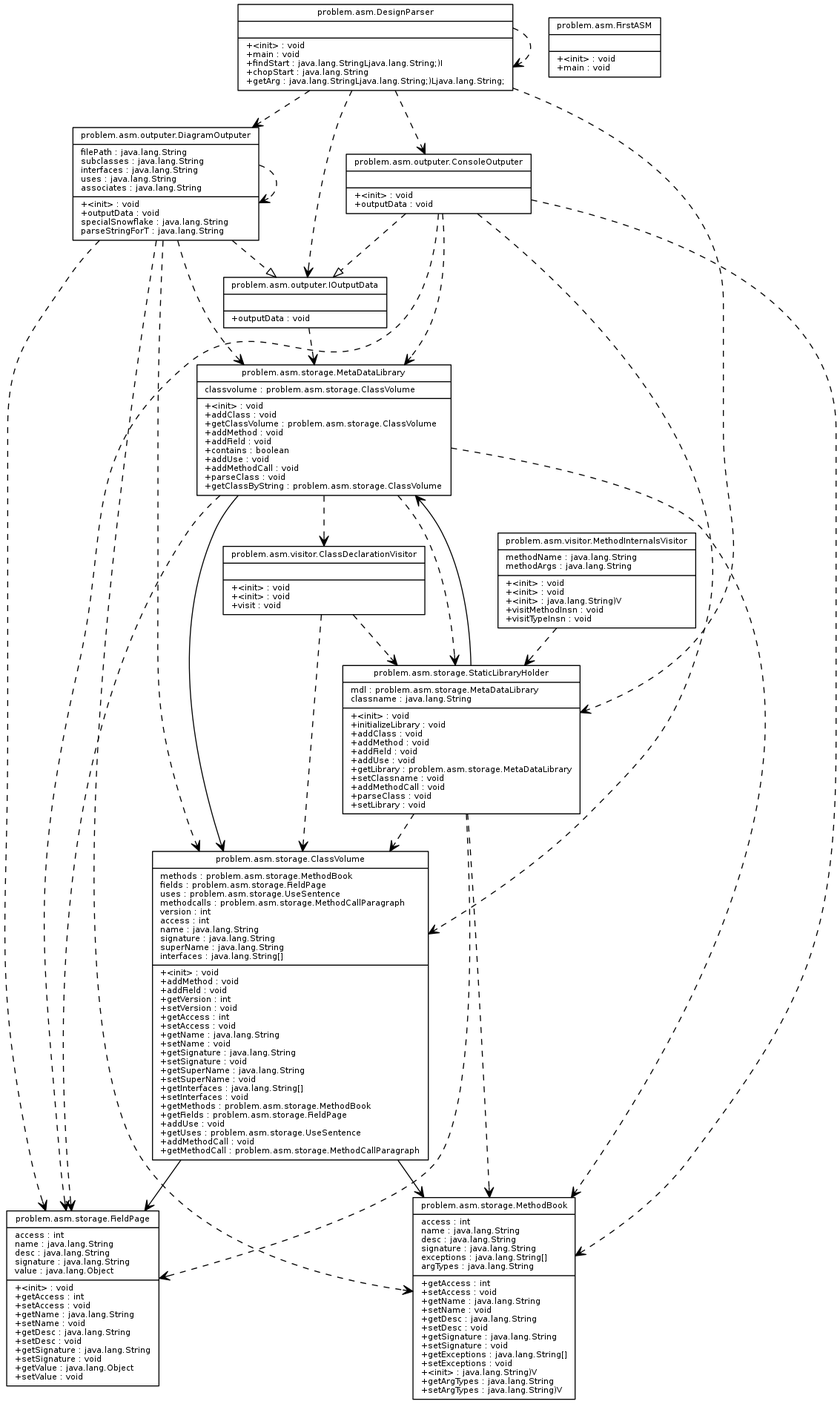
schnip/BluePizzaDiagrams keeps this Graphviz diagram as dot/out.png. Above is the earlier version. Its source is kept beside it as dot/out.dot.
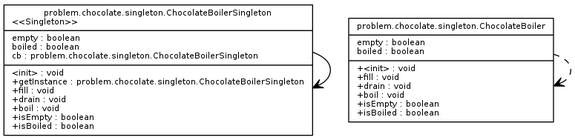
After the commit.

The edit, as a diff of the source:
```diff
@@ -10,75 +10,17 @@
 fontname = "Bitstream Vera Sans"
 fontsize = 8
 ]
-problemasmDesignParser [
-label = "{problem.asm.DesignParser||+\<init\> : void\l+main : void\l+findStart : java.lang.StringLjava.lang.String;)I\l+chopStart : java.lang.String\l+getArg : java.lang.StringLjava.lang.String;)Ljava.lang.String;\l}"
+problemchocolatesingletonChocolateBoilerSingleton [
+label = "{problem.chocolate.singleton.ChocolateBoilerSingleton
+\<\<Singleton\>\>\l|empty : boolean\lboiled : boolean\lcb : problem.chocolate.singleton.ChocolateBoilerSingleton\l|\<init\> : void\l+getInstance : problem.chocolate.singleton.ChocolateBoilerSingleton\l+fill : void\l+drain : void\l+boil : void\l+isEmpty : boolean\l+isBoiled : boolean\l}"
 ]
-problemasmFirstASM [
-label = "{problem.asm.FirstASM||+\<init\> : void\l+main : void\l}"
-]
-problemasmoutputerConsoleOutputer [
-label = "{problem.asm.outputer.ConsoleOutputer||+\<init\> : void\l+outputData : void\l}"
-]
-problemasmoutputerDiagramOutputer [
-label = "{problem.asm.outputer.DiagramOutputer|filePath : java.lang.String\lsubclasses : java.lang.String\linterfaces : java.lang.String\luses : java.lang.String\lassociates : java.lang.String\lpatternfinders : java.lang.String;Lproblem.asm.patternfinder.IFindPatterns\l|+\<init\> : void\l+outputData : void\lspecialSnowflake : java.lang.String\lparseStringForT : java.lang.String\l}"
-]
-problemasmoutputerIOutputData [
-label = "{problem.asm.outputer.IOutputData||+outputData : void\l}"
-]
-problemasmstorageClassVolume [
-label = "{problem.asm.storage.ClassVolume|methods : problem.asm.storage.MethodBook\lfields : problem.asm.storage.FieldPage\luses : problem.asm.storage.UseSentence\lmethodcalls : problem.asm.storage.MethodCallParagraph\lversion : int\laccess : int\lname : java.lang.String\lsignature : java.lang.String\lsuperName : java.lang.String\linterfaces : java.lang.String[]\l|+\<init\> : void\l+addMethod : void\l+addField : void\l+getVersion : int\l+setVersion : void\l+getAccess : int\l+setAccess : void\l+getName : java.lang.String\l+setName : void\l+getSignature : java.lang.String\l+setSignature : void\l+getSuperName : java.lang.String\l+setSuperName : void\l+getInterfaces : java.lang.String[]\l+setInterfaces : void\l+getMethods : problem.asm.storage.MethodBook\l+getFields : problem.asm.storage.FieldPage\l+addUse : void\l+getUses : problem.asm.storage.UseSentence\l+addMethodCall : void\l+getMethodCall : problem.asm.storage.MethodCallParagraph\l}"
-]
-problemasmstorageFieldPage [
-label = "{problem.asm.storage.FieldPage|access : int\lname : java.lang.String\ldesc : java.lang.String\lsignature : java.lang.String\lvalue : java.lang.Object\l|+\<init\> : void\l+getAccess : int\l+setAccess : void\l+getName : java.lang.String\l+setName : void\l+getDesc : java.lang.String\l+setDesc : void\l+getSignature : java.lang.String\l+setSignature : void\l+getValue : java.lang.Object\l+setValue : void\l}"
-]
-problemasmstorageMetaDataLibrary [
-label = "{problem.asm.storage.MetaDataLibrary|classvolume : problem.asm.storage.ClassVolume\l|+\<init\> : void\l+addClass : void\l+getClassVolume : problem.asm.storage.ClassVolume\l+addMethod : void\l+addField : void\l+contains : boolean\l+addUse : void\l+addMethodCall : void\l+parseClass : void\l+getClassByString : problem.asm.storage.ClassVolume\l}"
-]
-problemasmstorageMethodBook [
-label = "{problem.asm.storage.MethodBook|access : int\lname : java.lang.String\ldesc : java.lang.String\lsignature : java.lang.String\lexceptions : java.lang.String[]\largTypes : java.lang.String\l|+getAccess : int\l+setAccess : void\l+getName : java.lang.String\l+setName : void\l+getDesc : java.lang.String\l+setDesc : void\l+getSignature : java.lang.String\l+setSignature : void\l+getExceptions : java.lang.String[]\l+setExceptions : void\l+\<init\> : java.lang.String)V\l+getArgTypes : java.lang.String\l+setArgTypes : java.lang.String)V\l}"
-]
-problemasmstorageStaticLibraryHolder [
-label = "{problem.asm.storage.StaticLibraryHolder|mdl : problem.asm.storage.MetaDataLibrary\lclassname : java.lang.String\l|+\<init\> : void\l+initializeLibrary : void\l+addClass : void\l+addMethod : void\l+addField : void\l+addUse : void\l+getLibrary : problem.asm.storage.MetaDataLibrary\l+setClassname : void\l+addMethodCall : void\l+parseClass : void\l+setLibrary : void\l}"
-]
-problemasmvisitorClassDeclarationVisitor [
-label = "{problem.asm.visitor.ClassDeclarationVisitor||+\<init\> : void\l+\<init\> : void\l+visit : void\l}"
-]
-problemasmvisitorMethodInternalsVisitor [
-label = "{problem.asm.visitor.MethodInternalsVisitor|methodName : java.lang.String\lmethodArgs : java.lang.String\l|+\<init\> : void\l+\<init\> : void\l+\<init\> : java.lang.String)V\l+visitMethodInsn : void\l+visitTypeInsn : void\l}"
+problemchocolatesingletonChocolateBoiler [
+label = "{problem.chocolate.singleton.ChocolateBoiler|empty : boolean\lboiled : boolean\l|+\<init\> : void\l+fill : void\l+drain : void\l+boil : void\l+isEmpty : boolean\l+isBoiled : boolean\l}"
 ]
 edge [ arrowhead = "empty", style = "none" ]
 edge [ arrowhead = "empty", style = "dashed" ]
-problemasmoutputerDiagramOutputer -> problemasmoutputerIOutputData
-problemasmoutputerConsoleOutputer -> problemasmoutputerIOutputData
 edge [ arrowhead = "vee", style = "dashed" ]
-problemasmoutputerDiagramOutputer -> problemasmstorageMethodBook
-problemasmstorageMetaDataLibrary -> problemasmstorageFieldPage
-problemasmoutputerConsoleOutputer -> problemasmstorageMethodBook
-problemasmstorageMetaDataLibrary -> problemasmstorageMethodBook
-problemasmvisitorMethodInternalsVisitor -> problemasmstorageStaticLibraryHolder
-problemasmvisitorClassDeclarationVisitor -> problemasmstorageStaticLibraryHolder
-problemasmoutputerDiagramOutputer -> problemasmstorageMetaDataLibrary
-problemasmstorageStaticLibraryHolder -> problemasmstorageFieldPage
-problemasmDesignParser -> problemasmoutputerConsoleOutputer
-problemasmoutputerConsoleOutputer -> problemasmstorageMetaDataLibrary
-problemasmDesignParser -> problemasmoutputerDiagramOutputer
-problemasmstorageStaticLibraryHolder -> problemasmstorageClassVolume
-problemasmoutputerDiagramOutputer -> problemasmstorageFieldPage
-problemasmDesignParser -> problemasmoutputerIOutputData
-problemasmvisitorClassDeclarationVisitor -> problemasmstorageClassVolume
-problemasmoutputerDiagramOutputer -> problemasmstorageClassVolume
-problemasmoutputerConsoleOutputer -> problemasmstorageFieldPage
-problemasmoutputerConsoleOutputer -> problemasmstorageClassVolume
-problemasmDesignParser -> problemasmstorageStaticLibraryHolder
-problemasmoutputerIOutputData -> problemasmstorageMetaDataLibrary
-problemasmstorageStaticLibraryHolder -> problemasmstorageMethodBook
-problemasmoutputerDiagramOutputer -> problemasmoutputerDiagramOutputer
-problemasmstorageMetaDataLibrary -> problemasmstorageStaticLibraryHolder
-problemasmDesignParser -> problemasmDesignParser
-problemasmstorageMetaDataLibrary -> problemasmvisitorClassDeclarationVisitor
+problemchocolatesingletonChocolateBoiler -> problemchocolatesingletonChocolateBoiler
 edge [ arrowhead = "vee", style = "none" ]
-problemasmstorageStaticLibraryHolder -> problemasmstorageMetaDataLibrary
-problemasmstorageMetaDataLibrary -> problemasmstorageClassVolume
-problemasmstorageClassVolume -> problemasmstorageFieldPage
-problemasmstorageClassVolume -> problemasmstorageMethodBook
+problemchocolatesingletonChocolateBoilerSingleton -> problemchocolatesingletonChocolateBoilerSingleton
 }
```
